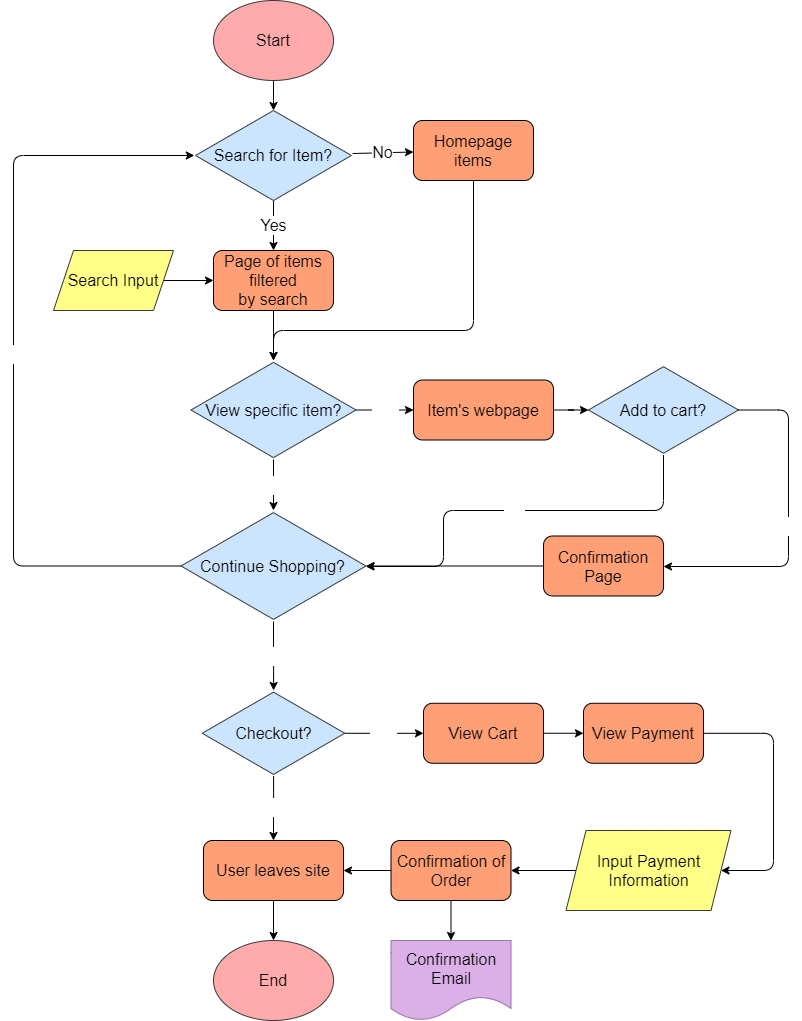
This is part2/part2.drawio.png from nicktwong3/cse110lab4, a draw.io export, as it was before one commit. Source tidied: cells renumbered, new cells last; positions are measured from the earlier drawing's top-left corner, leaving out a move shared by most shapes. The source it was exported from:
```xml
<mxGraphModel>
  <root>
    <mxCell id="0" />
    <mxCell id="1" parent="0" />
    <mxCell id="2" style="edgeStyle=orthogonalEdgeStyle;rounded=0;jettySize=auto;html=1;" parent="1" edge="1" source="3" target="5">
      <mxGeometry relative="1" as="geometry" />
    </mxCell>
    <mxCell id="3" value="Start" style="ellipse;whiteSpace=wrap;html=1;fontSize=16;strokeColor=#36393d;fontColor=#000000;fillColor=#FFABAB;" parent="1" vertex="1">
      <mxGeometry x="200" width="120" height="80" as="geometry" />
    </mxCell>
    <mxCell id="4" value="Yes" style="edgeStyle=orthogonalEdgeStyle;rounded=0;jettySize=auto;html=1;fontSize=16;" parent="1" edge="1" source="5" target="10">
      <mxGeometry relative="1" as="geometry" />
    </mxCell>
    <mxCell id="5" value="Search for Item?" style="html=1;whiteSpace=wrap;shape=isoRectangle;fillColor=#cce5ff;fontSize=16;strokeColor=#36393d;fontColor=#000000;" parent="1" vertex="1">
      <mxGeometry x="180.8" y="110" width="158.3" height="90" as="geometry" />
    </mxCell>
    <mxCell id="6" value="No" style="endArrow=classic;html=1;fontSize=16;" parent="1" edge="1" source="5" target="11">
      <mxGeometry relative="1" as="geometry" />
    </mxCell>
    <mxCell id="7" style="edgeStyle=orthogonalEdgeStyle;rounded=0;jettySize=auto;html=1;entryX=0;entryY=0.5;entryDx=0;entryDy=0;" parent="1" edge="1" source="31" target="10">
      <mxGeometry relative="1" as="geometry" />
    </mxCell>
    <mxCell id="8" value="&lt;font color=&quot;#000000&quot; style=&quot;font-size: 16px&quot;&gt;End&lt;/font&gt;" style="ellipse;whiteSpace=wrap;html=1;strokeColor=#36393d;fillColor=#FFABAB;" parent="1" vertex="1">
      <mxGeometry x="200" y="940" width="120" height="80" as="geometry" />
    </mxCell>
    <mxCell id="9" style="edgeStyle=orthogonalEdgeStyle;rounded=0;jettySize=auto;html=1;fontSize=16;fontColor=#000000;" parent="1" edge="1" source="10" target="14">
      <mxGeometry relative="1" as="geometry" />
    </mxCell>
    <mxCell id="10" value="&lt;font color=&quot;#000000&quot; style=&quot;font-size: 16px&quot;&gt;Page of items filtered&lt;br&gt;by search&lt;br&gt;&lt;/font&gt;" style="rounded=1;whiteSpace=wrap;html=1;fillColor=#FF9F75;" parent="1" vertex="1">
      <mxGeometry x="200" y="250" width="120" height="60" as="geometry" />
    </mxCell>
    <mxCell id="11" value="&lt;font style=&quot;font-size: 16px&quot;&gt;Homepage items&lt;/font&gt;" style="rounded=1;whiteSpace=wrap;html=1;fillColor=#FF9F75;fontColor=#000000;" parent="1" vertex="1">
      <mxGeometry x="400" y="120" width="120" height="60" as="geometry" />
    </mxCell>
    <mxCell id="12" value="&lt;font color=&quot;#ffffff&quot;&gt;No&lt;/font&gt;" style="edgeStyle=orthogonalEdgeStyle;rounded=0;jettySize=auto;html=1;fontSize=16;fontColor=#000000;" parent="1" edge="1" source="14" target="16">
      <mxGeometry relative="1" as="geometry" />
    </mxCell>
    <mxCell id="13" value="&lt;font color=&quot;#ffffff&quot;&gt;Yes&lt;br&gt;&lt;/font&gt;" style="edgeStyle=orthogonalEdgeStyle;rounded=0;jettySize=auto;html=1;fontSize=16;fontColor=#000000;" parent="1" edge="1" source="14" target="18">
      <mxGeometry relative="1" as="geometry" />
    </mxCell>
    <mxCell id="14" value="View specific item?" style="html=1;whiteSpace=wrap;shape=isoRectangle;fontSize=16;labelBackgroundColor=none;fillColor=#cce5ff;strokeColor=#36393d;fontColor=#000000;" parent="1" vertex="1">
      <mxGeometry x="177.5" y="360" width="165" height="99" as="geometry" />
    </mxCell>
    <mxCell id="15" value="&lt;font color=&quot;#ffffff&quot;&gt;No&lt;/font&gt;" style="edgeStyle=orthogonalEdgeStyle;rounded=0;jettySize=auto;html=1;fontSize=16;fontColor=#000000;" parent="1" edge="1" source="16" target="21">
      <mxGeometry relative="1" as="geometry" />
    </mxCell>
    <mxCell id="16" value="Continue Shopping?" style="html=1;whiteSpace=wrap;shape=isoRectangle;fontSize=16;labelBackgroundColor=none;fillColor=#cce5ff;strokeColor=#36393d;fontColor=#000000;" parent="1" vertex="1">
      <mxGeometry x="167.5" y="510" width="185" height="111" as="geometry" />
    </mxCell>
    <mxCell id="17" style="edgeStyle=orthogonalEdgeStyle;rounded=0;jettySize=auto;html=1;fontSize=16;fontColor=#FFFFFF;" parent="1" edge="1" source="18" target="22">
      <mxGeometry relative="1" as="geometry" />
    </mxCell>
    <mxCell id="18" value="Item's webpage" style="rounded=1;whiteSpace=wrap;html=1;labelBackgroundColor=none;fillColor=#FF9F75;fontSize=16;fontColor=#000000;" parent="1" vertex="1">
      <mxGeometry x="400" y="379.5" width="140" height="60" as="geometry" />
    </mxCell>
    <mxCell id="19" value="No" style="edgeStyle=orthogonalEdgeStyle;rounded=0;jettySize=auto;html=1;fontSize=16;fontColor=#FFFFFF;" parent="1" edge="1" source="21" target="39">
      <mxGeometry relative="1" as="geometry" />
    </mxCell>
    <mxCell id="20" value="&lt;font color=&quot;#ffffff&quot;&gt;Yes&lt;/font&gt;" style="edgeStyle=orthogonalEdgeStyle;rounded=0;jettySize=auto;html=1;fontSize=16;fontColor=#000000;" parent="1" edge="1" source="21" target="29">
      <mxGeometry relative="1" as="geometry" />
    </mxCell>
    <mxCell id="21" value="Checkout?" style="html=1;whiteSpace=wrap;shape=isoRectangle;fontSize=16;labelBackgroundColor=none;fillColor=#cce5ff;strokeColor=#36393d;fontColor=#000000;" parent="1" vertex="1">
      <mxGeometry x="188.8" y="690" width="142.5" height="85.5" as="geometry" />
    </mxCell>
    <mxCell id="22" value="&lt;font&gt;Add to cart?&lt;/font&gt;" style="html=1;whiteSpace=wrap;shape=isoRectangle;labelBackgroundColor=none;fillColor=#cce5ff;fontSize=16;strokeColor=#36393d;fontColor=#000000;" parent="1" vertex="1">
      <mxGeometry x="575" y="364.5" width="150" height="90" as="geometry" />
    </mxCell>
    <mxCell id="23" style="edgeStyle=elbowEdgeStyle;elbow=vertical;endArrow=classic;html=1;fontSize=16;fontColor=#FFFFFF;" parent="1" edge="1" source="11" target="14">
      <mxGeometry relative="1" as="geometry">
        <Array as="points">
          <mxPoint x="360" y="330" />
        </Array>
      </mxGeometry>
    </mxCell>
    <mxCell id="24" value="No" style="edgeStyle=segmentEdgeStyle;endArrow=classic;html=1;fontSize=16;fontColor=#FFFFFF;" parent="1" edge="1" source="22" target="16">
      <mxGeometry relative="1" as="geometry">
        <Array as="points">
          <mxPoint x="650" y="510" />
          <mxPoint x="430" y="510" />
          <mxPoint x="430" y="566" />
        </Array>
      </mxGeometry>
    </mxCell>
    <mxCell id="25" value="Yes" style="edgeStyle=segmentEdgeStyle;endArrow=classic;html=1;fontSize=16;fontColor=#FFFFFF;" parent="1" edge="1" source="22" target="27">
      <mxGeometry relative="1" as="geometry">
        <Array as="points">
          <mxPoint x="775" y="410" />
          <mxPoint x="775" y="566" />
        </Array>
      </mxGeometry>
    </mxCell>
    <mxCell id="26" style="edgeStyle=orthogonalEdgeStyle;rounded=0;jettySize=auto;html=1;fontSize=16;fontColor=#000000;" parent="1" edge="1" source="27" target="16">
      <mxGeometry relative="1" as="geometry" />
    </mxCell>
    <mxCell id="27" value="Confirmation Page" style="rounded=1;whiteSpace=wrap;html=1;labelBackgroundColor=none;fillColor=#FF9F75;fontSize=16;fontColor=#000000;" parent="1" vertex="1">
      <mxGeometry x="530" y="535.5" width="120" height="60" as="geometry" />
    </mxCell>
    <mxCell id="28" style="edgeStyle=orthogonalEdgeStyle;rounded=0;jettySize=auto;html=1;fontSize=16;fontColor=#000000;" parent="1" edge="1" target="30">
      <mxGeometry relative="1" as="geometry">
        <mxPoint x="490" y="732.8" as="sourcePoint" />
      </mxGeometry>
    </mxCell>
    <mxCell id="29" value="View Cart" style="rounded=1;whiteSpace=wrap;html=1;labelBackgroundColor=none;fillColor=#FF9F75;fontSize=16;fontColor=#000000;" parent="1" vertex="1">
      <mxGeometry x="410" y="702.8" width="120" height="60" as="geometry" />
    </mxCell>
    <mxCell id="30" value="View Payment" style="rounded=1;whiteSpace=wrap;html=1;fillColor=#FF9F75;fontSize=16;fontColor=#000000;" parent="1" vertex="1">
      <mxGeometry x="570" y="702.8" width="120" height="60" as="geometry" />
    </mxCell>
    <mxCell id="31" value="Search Input" style="shape=parallelogram;perimeter=parallelogramPerimeter;whiteSpace=wrap;html=1;fixedSize=1;labelBackgroundColor=none;fillColor=#ffff88;fontSize=16;strokeColor=#36393d;fontColor=#000000;" parent="1" vertex="1">
      <mxGeometry x="40" y="250" width="120" height="60" as="geometry" />
    </mxCell>
    <mxCell id="32" style="edgeStyle=orthogonalEdgeStyle;rounded=0;jettySize=auto;html=1;fontSize=16;fontColor=#000000;" parent="1" edge="1" source="33" target="37">
      <mxGeometry relative="1" as="geometry" />
    </mxCell>
    <mxCell id="33" value="&lt;font color=&quot;#000000&quot;&gt;Input Payment Information&lt;br&gt;&lt;/font&gt;" style="shape=parallelogram;perimeter=parallelogramPerimeter;whiteSpace=wrap;html=1;fixedSize=1;labelBackgroundColor=none;fillColor=#ffff88;fontSize=16;strokeColor=#36393d;" parent="1" vertex="1">
      <mxGeometry x="552.5" y="830" width="165" height="80" as="geometry" />
    </mxCell>
    <mxCell id="34" style="edgeStyle=segmentEdgeStyle;endArrow=classic;html=1;fontSize=16;fontColor=#000000;" parent="1" edge="1" source="30" target="33">
      <mxGeometry relative="1" as="geometry">
        <Array as="points">
          <mxPoint x="760" y="733" />
          <mxPoint x="760" y="870" />
        </Array>
      </mxGeometry>
    </mxCell>
    <mxCell id="35" style="edgeStyle=orthogonalEdgeStyle;rounded=0;jettySize=auto;html=1;fontSize=16;fontColor=#000000;" parent="1" edge="1" source="37" target="39">
      <mxGeometry relative="1" as="geometry" />
    </mxCell>
    <mxCell id="36" style="edgeStyle=orthogonalEdgeStyle;rounded=0;jettySize=auto;html=1;fontSize=16;fontColor=#000000;" parent="1" edge="1" source="37" target="41">
      <mxGeometry relative="1" as="geometry" />
    </mxCell>
    <mxCell id="37" value="Confirmation of Order" style="rounded=1;whiteSpace=wrap;html=1;labelBackgroundColor=none;fillColor=#FF9F75;gradientColor=none;fontSize=16;fontColor=#000000;" parent="1" vertex="1">
      <mxGeometry x="377.5" y="840" width="120" height="60" as="geometry" />
    </mxCell>
    <mxCell id="38" style="edgeStyle=orthogonalEdgeStyle;rounded=0;jettySize=auto;html=1;fontSize=16;fontColor=#000000;" parent="1" edge="1" source="39" target="8">
      <mxGeometry relative="1" as="geometry" />
    </mxCell>
    <mxCell id="39" value="User leaves site" style="rounded=1;whiteSpace=wrap;html=1;labelBackgroundColor=none;fillColor=#FF9F75;gradientColor=none;fontSize=16;fontColor=#000000;" parent="1" vertex="1">
      <mxGeometry x="190" y="840" width="140" height="60" as="geometry" />
    </mxCell>
    <mxCell id="40" value="Yes" style="edgeStyle=segmentEdgeStyle;endArrow=classic;html=1;fontSize=16;fontColor=#FFFFFF;" parent="1" edge="1" source="16" target="5">
      <mxGeometry relative="1" as="geometry">
        <Array as="points">
          <mxPoint y="565.5" />
          <mxPoint y="155" />
        </Array>
      </mxGeometry>
    </mxCell>
    <mxCell id="41" value="Confirmation&lt;br&gt;Email" style="shape=document;whiteSpace=wrap;html=1;boundedLbl=1;labelBackgroundColor=none;fontSize=16;strokeColor=#9673a6;fillColor=#DAB0E7;fontColor=#000000;" parent="1" vertex="1">
      <mxGeometry x="377.5" y="940" width="120" height="80" as="geometry" />
    </mxCell>
  </root>
</mxGraphModel>
```
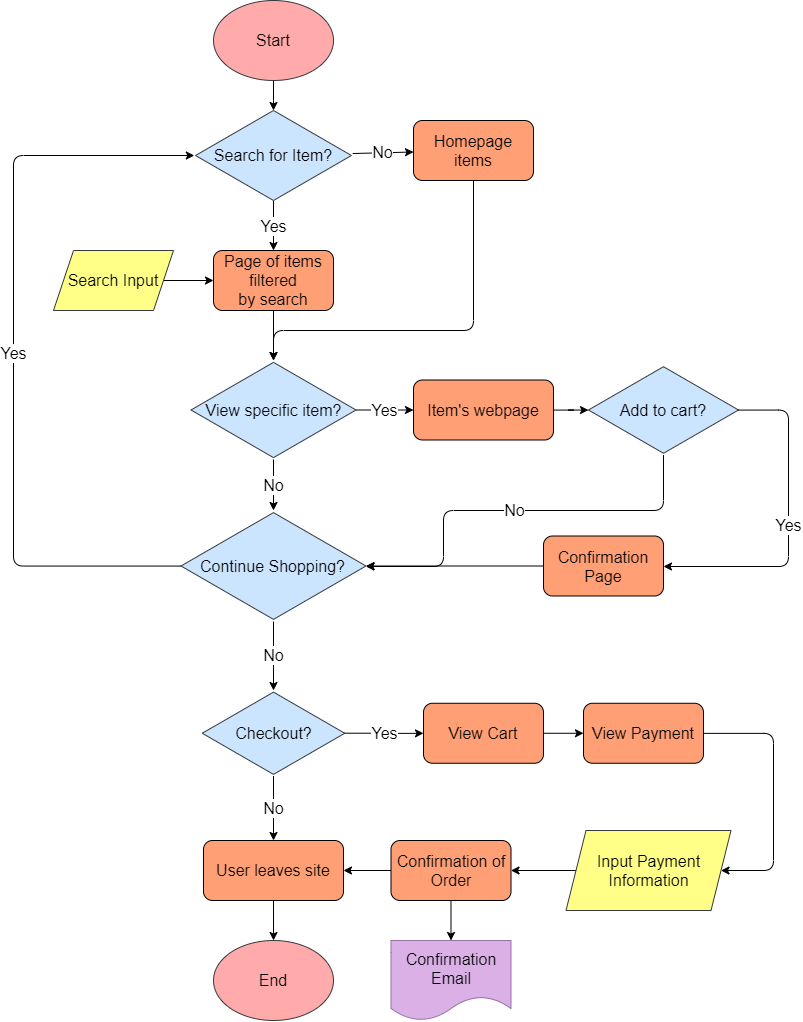
After the change.

Commit message:
make decision text readable

The edit, as a diff of the source:
```diff
@@ -8,13 +8,13 @@
     <mxCell id="3" value="Start" style="ellipse;whiteSpace=wrap;html=1;fontSize=16;strokeColor=#36393d;fontColor=#000000;fillColor=#FFABAB;" parent="1" vertex="1">
       <mxGeometry x="200" width="120" height="80" as="geometry" />
     </mxCell>
-    <mxCell id="4" value="Yes" style="edgeStyle=orthogonalEdgeStyle;rounded=0;jettySize=auto;html=1;fontSize=16;" parent="1" edge="1" source="5" target="10">
+    <mxCell id="4" value="Yes" style="edgeStyle=orthogonalEdgeStyle;rounded=0;jettySize=auto;html=1;fontSize=16;labelBackgroundColor=#FFFFFF;fontColor=#000000;" parent="1" edge="1" source="5" target="10">
       <mxGeometry relative="1" as="geometry" />
     </mxCell>
     <mxCell id="5" value="Search for Item?" style="html=1;whiteSpace=wrap;shape=isoRectangle;fillColor=#cce5ff;fontSize=16;strokeColor=#36393d;fontColor=#000000;" parent="1" vertex="1">
       <mxGeometry x="180.8" y="110" width="158.3" height="90" as="geometry" />
     </mxCell>
-    <mxCell id="6" value="No" style="endArrow=classic;html=1;fontSize=16;" parent="1" edge="1" source="5" target="11">
+    <mxCell id="6" value="No" style="endArrow=classic;html=1;fontSize=16;fontColor=#000000;labelBackgroundColor=#FFFFFF;" parent="1" edge="1" source="5" target="11">
       <mxGeometry relative="1" as="geometry" />
     </mxCell>
     <mxCell id="7" style="edgeStyle=orthogonalEdgeStyle;rounded=0;jettySize=auto;html=1;entryX=0;entryY=0.5;entryDx=0;entryDy=0;" parent="1" edge="1" source="31" target="10">
@@ -32,16 +32,16 @@
     <mxCell id="11" value="&lt;font style=&quot;font-size: 16px&quot;&gt;Homepage items&lt;/font&gt;" style="rounded=1;whiteSpace=wrap;html=1;fillColor=#FF9F75;fontColor=#000000;" parent="1" vertex="1">
       <mxGeometry x="400" y="120" width="120" height="60" as="geometry" />
     </mxCell>
-    <mxCell id="12" value="&lt;font color=&quot;#ffffff&quot;&gt;No&lt;/font&gt;" style="edgeStyle=orthogonalEdgeStyle;rounded=0;jettySize=auto;html=1;fontSize=16;fontColor=#000000;" parent="1" edge="1" source="14" target="16">
+    <mxCell id="12" value="&lt;font&gt;No&lt;/font&gt;" style="edgeStyle=orthogonalEdgeStyle;rounded=0;jettySize=auto;html=1;fontSize=16;labelBackgroundColor=#FFFFFF;fontColor=#000000;" parent="1" edge="1" source="14" target="16">
       <mxGeometry relative="1" as="geometry" />
     </mxCell>
-    <mxCell id="13" value="&lt;font color=&quot;#ffffff&quot;&gt;Yes&lt;br&gt;&lt;/font&gt;" style="edgeStyle=orthogonalEdgeStyle;rounded=0;jettySize=auto;html=1;fontSize=16;fontColor=#000000;" parent="1" edge="1" source="14" target="18">
+    <mxCell id="13" value="&lt;font&gt;Yes&lt;br&gt;&lt;/font&gt;" style="edgeStyle=orthogonalEdgeStyle;rounded=0;jettySize=auto;html=1;fontSize=16;fontColor=#000000;labelBackgroundColor=#FFFFFF;" parent="1" edge="1" source="14" target="18">
       <mxGeometry relative="1" as="geometry" />
     </mxCell>
     <mxCell id="14" value="View specific item?" style="html=1;whiteSpace=wrap;shape=isoRectangle;fontSize=16;labelBackgroundColor=none;fillColor=#cce5ff;strokeColor=#36393d;fontColor=#000000;" parent="1" vertex="1">
       <mxGeometry x="177.5" y="360" width="165" height="99" as="geometry" />
     </mxCell>
-    <mxCell id="15" value="&lt;font color=&quot;#ffffff&quot;&gt;No&lt;/font&gt;" style="edgeStyle=orthogonalEdgeStyle;rounded=0;jettySize=auto;html=1;fontSize=16;fontColor=#000000;" parent="1" edge="1" source="16" target="21">
+    <mxCell id="15" value="&lt;font&gt;No&lt;/font&gt;" style="edgeStyle=orthogonalEdgeStyle;rounded=0;jettySize=auto;html=1;fontSize=16;labelBackgroundColor=#FFFFFF;fontColor=#000000;" parent="1" edge="1" source="16" target="21">
       <mxGeometry relative="1" as="geometry" />
     </mxCell>
     <mxCell id="16" value="Continue Shopping?" style="html=1;whiteSpace=wrap;shape=isoRectangle;fontSize=16;labelBackgroundColor=none;fillColor=#cce5ff;strokeColor=#36393d;fontColor=#000000;" parent="1" vertex="1">
@@ -53,10 +53,10 @@
     <mxCell id="18" value="Item's webpage" style="rounded=1;whiteSpace=wrap;html=1;labelBackgroundColor=none;fillColor=#FF9F75;fontSize=16;fontColor=#000000;" parent="1" vertex="1">
       <mxGeometry x="400" y="379.5" width="140" height="60" as="geometry" />
     </mxCell>
-    <mxCell id="19" value="No" style="edgeStyle=orthogonalEdgeStyle;rounded=0;jettySize=auto;html=1;fontSize=16;fontColor=#FFFFFF;" parent="1" edge="1" source="21" target="39">
+    <mxCell id="19" value="No" style="edgeStyle=orthogonalEdgeStyle;rounded=0;jettySize=auto;html=1;fontSize=16;labelBackgroundColor=#FFFFFF;fontColor=#000000;" parent="1" edge="1" source="21" target="39">
       <mxGeometry relative="1" as="geometry" />
     </mxCell>
-    <mxCell id="20" value="&lt;font color=&quot;#ffffff&quot;&gt;Yes&lt;/font&gt;" style="edgeStyle=orthogonalEdgeStyle;rounded=0;jettySize=auto;html=1;fontSize=16;fontColor=#000000;" parent="1" edge="1" source="21" target="29">
+    <mxCell id="20" value="&lt;font&gt;Yes&lt;/font&gt;" style="edgeStyle=orthogonalEdgeStyle;rounded=0;jettySize=auto;html=1;fontSize=16;labelBackgroundColor=#FFFFFF;fontColor=#000000;" parent="1" edge="1" source="21" target="29">
       <mxGeometry relative="1" as="geometry" />
     </mxCell>
     <mxCell id="21" value="Checkout?" style="html=1;whiteSpace=wrap;shape=isoRectangle;fontSize=16;labelBackgroundColor=none;fillColor=#cce5ff;strokeColor=#36393d;fontColor=#000000;" parent="1" vertex="1">
@@ -72,7 +72,7 @@
         </Array>
       </mxGeometry>
     </mxCell>
-    <mxCell id="24" value="No" style="edgeStyle=segmentEdgeStyle;endArrow=classic;html=1;fontSize=16;fontColor=#FFFFFF;" parent="1" edge="1" source="22" target="16">
+    <mxCell id="24" value="No" style="edgeStyle=segmentEdgeStyle;endArrow=classic;html=1;fontSize=16;labelBackgroundColor=#FFFFFF;fontColor=#000000;" parent="1" edge="1" source="22" target="16">
       <mxGeometry relative="1" as="geometry">
         <Array as="points">
           <mxPoint x="650" y="510" />
@@ -81,7 +81,7 @@
         </Array>
       </mxGeometry>
     </mxCell>
-    <mxCell id="25" value="Yes" style="edgeStyle=segmentEdgeStyle;endArrow=classic;html=1;fontSize=16;fontColor=#FFFFFF;" parent="1" edge="1" source="22" target="27">
+    <mxCell id="25" value="Yes" style="edgeStyle=segmentEdgeStyle;endArrow=classic;html=1;fontSize=16;labelBackgroundColor=#FFFFFF;fontColor=#000000;" parent="1" edge="1" source="22" target="27">
       <mxGeometry relative="1" as="geometry">
         <Array as="points">
           <mxPoint x="775" y="410" />
@@ -138,7 +138,7 @@
     <mxCell id="39" value="User leaves site" style="rounded=1;whiteSpace=wrap;html=1;labelBackgroundColor=none;fillColor=#FF9F75;gradientColor=none;fontSize=16;fontColor=#000000;" parent="1" vertex="1">
       <mxGeometry x="190" y="840" width="140" height="60" as="geometry" />
     </mxCell>
-    <mxCell id="40" value="Yes" style="edgeStyle=segmentEdgeStyle;endArrow=classic;html=1;fontSize=16;fontColor=#FFFFFF;" parent="1" edge="1" source="16" target="5">
+    <mxCell id="40" value="Yes" style="edgeStyle=segmentEdgeStyle;endArrow=classic;html=1;fontSize=16;labelBackgroundColor=#FFFFFF;fontColor=#000000;" parent="1" edge="1" source="16" target="5">
       <mxGeometry relative="1" as="geometry">
         <Array as="points">
           <mxPoint y="565.5" />
```
